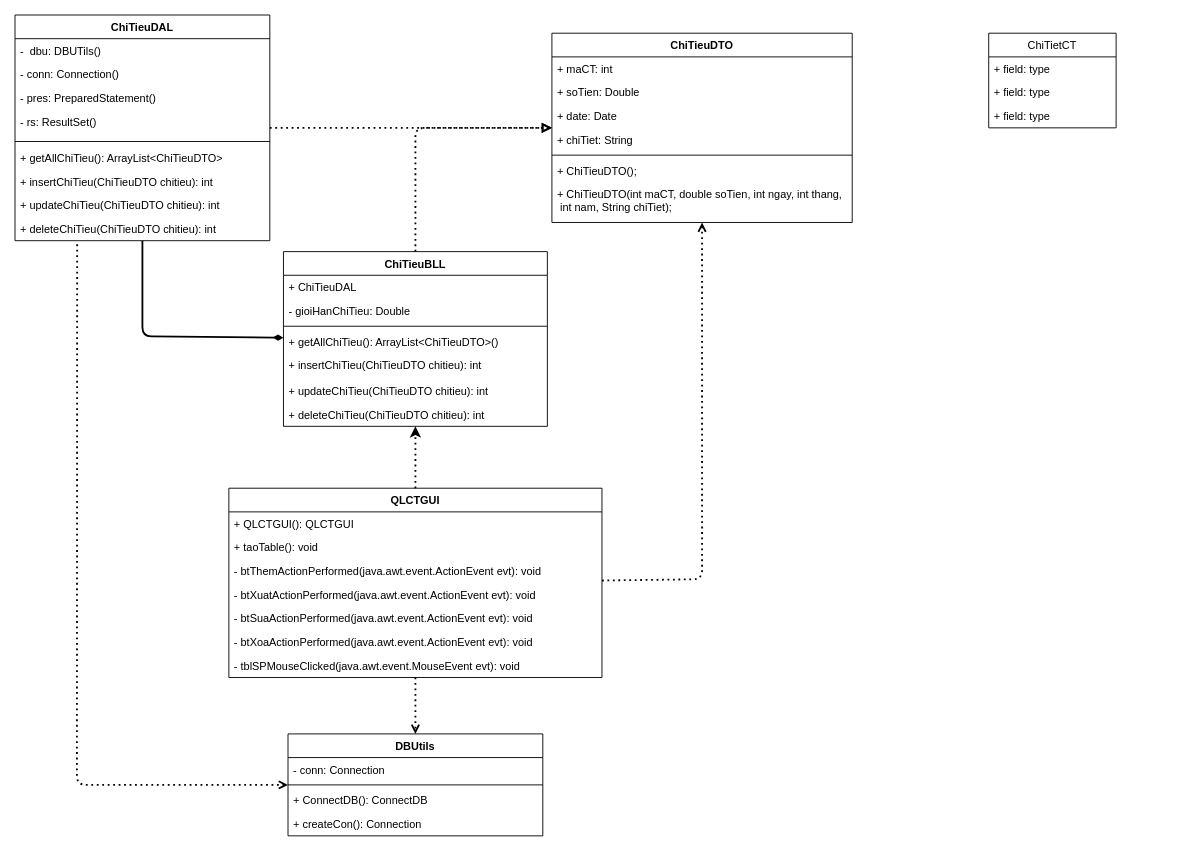
Earlier version of the draw.io diagram Diagrams/ClassDiagrams.drawio (AkallHuynh/IS216.L21.HTCL-Java). Source tidied: cells renumbered, new cells numbered last; positions are measured from the earlier drawing's top-left corner, leaving out a move shared by most shapes. Both pictures are drawn from the tidied source at 91%, with x=0, y=0 at pixel (15, 15).
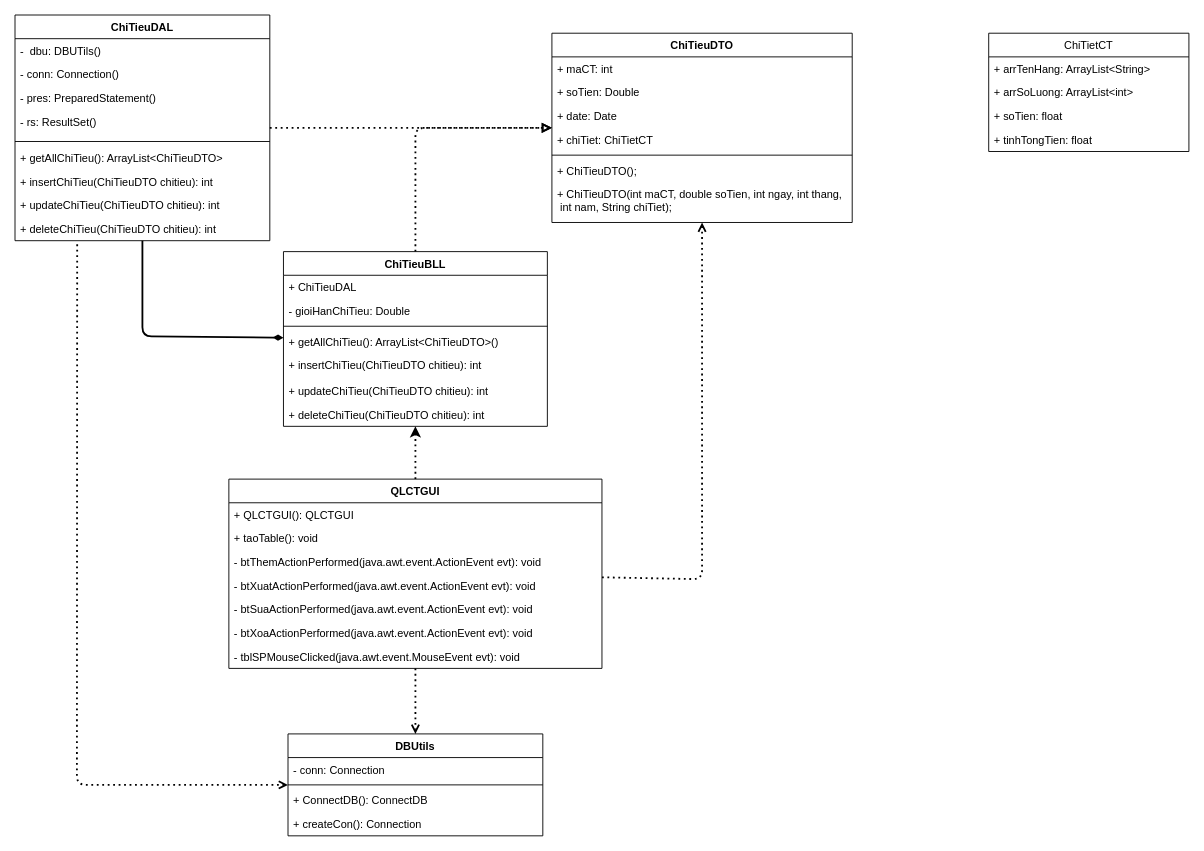
The same page after the edit.

The change refers to these unchanged cells:
```xml
<mxCell id="2" value="ChiTieuDTO" style="swimlane;fontStyle=1;align=center;verticalAlign=top;horizontal=1;startSize=26;" parent="1" vertex="1">
  <mxGeometry x="590" y="20" width="330" height="208" as="geometry" />
</mxCell>
```

The edit, as a diff of the source:
```diff
@@
-    <mxCell id="6" value="+ chiTiet: String" style="text;strokeColor=none;fillColor=none;align=left;verticalAlign=top;spacingLeft=4;spacingRight=4;overflow=hidden;" parent="2" vertex="1">
+    <mxCell id="6" value="+ chiTiet: ChiTietCT" style="text;strokeColor=none;fillColor=none;align=left;verticalAlign=top;spacingLeft=4;spacingRight=4;overflow=hidden;" parent="2" vertex="1">
       <mxGeometry y="104" width="330" height="26" as="geometry" />
     </mxCell>
@@
     <mxCell id="23" value="QLCTGUI" style="swimlane;fontStyle=1;horizontal=1;startSize=26;fillColor=none;" parent="1" vertex="1">
-      <mxGeometry x="235" y="520" width="410" height="208" as="geometry" />
+      <mxGeometry x="235" y="510" width="410" height="208" as="geometry" />
     </mxCell>
@@
     <mxCell id="48" value="ChiTietCT" style="swimlane;fontStyle=0;horizontal=1;startSize=26;fillColor=none;" parent="1" vertex="1">
-      <mxGeometry x="1070" y="20" width="140" height="104" as="geometry" />
+      <mxGeometry x="1070" y="20" width="220" height="130" as="geometry" />
     </mxCell>
-    <mxCell id="49" value="+ field: type" style="text;strokeColor=none;fillColor=none;align=left;verticalAlign=top;spacingLeft=4;spacingRight=4;overflow=hidden;" parent="48" vertex="1">
-      <mxGeometry y="26" width="140" height="26" as="geometry" />
+    <mxCell id="49" value="+ arrTenHang: ArrayList&lt;String&gt;" style="text;strokeColor=none;fillColor=none;align=left;verticalAlign=top;spacingLeft=4;spacingRight=4;overflow=hidden;" parent="48" vertex="1">
+      <mxGeometry y="26" width="220" height="26" as="geometry" />
     </mxCell>
-    <mxCell id="50" value="+ field: type" style="text;strokeColor=none;fillColor=none;align=left;verticalAlign=top;spacingLeft=4;spacingRight=4;overflow=hidden;" parent="48" vertex="1">
-      <mxGeometry y="52" width="140" height="26" as="geometry" />
+    <mxCell id="50" value="+ arrSoLuong: ArrayList&lt;int&gt;" style="text;strokeColor=none;fillColor=none;align=left;verticalAlign=top;spacingLeft=4;spacingRight=4;overflow=hidden;" parent="48" vertex="1">
+      <mxGeometry y="52" width="220" height="26" as="geometry" />
     </mxCell>
-    <mxCell id="51" value="+ field: type" style="text;strokeColor=none;fillColor=none;align=left;verticalAlign=top;spacingLeft=4;spacingRight=4;overflow=hidden;" parent="48" vertex="1">
-      <mxGeometry y="78" width="140" height="26" as="geometry" />
+    <mxCell id="51" value="+ soTien: float" style="text;strokeColor=none;fillColor=none;align=left;verticalAlign=top;spacingLeft=4;spacingRight=4;overflow=hidden;" parent="48" vertex="1">
+      <mxGeometry y="78" width="220" height="26" as="geometry" />
     </mxCell>
+    <mxCell id="52" value="+ tinhTongTien: float" style="text;strokeColor=none;fillColor=none;align=left;verticalAlign=top;spacingLeft=4;spacingRight=4;overflow=hidden;" parent="48" vertex="1">
+      <mxGeometry y="104" width="220" height="26" as="geometry" />
+    </mxCell>
```
